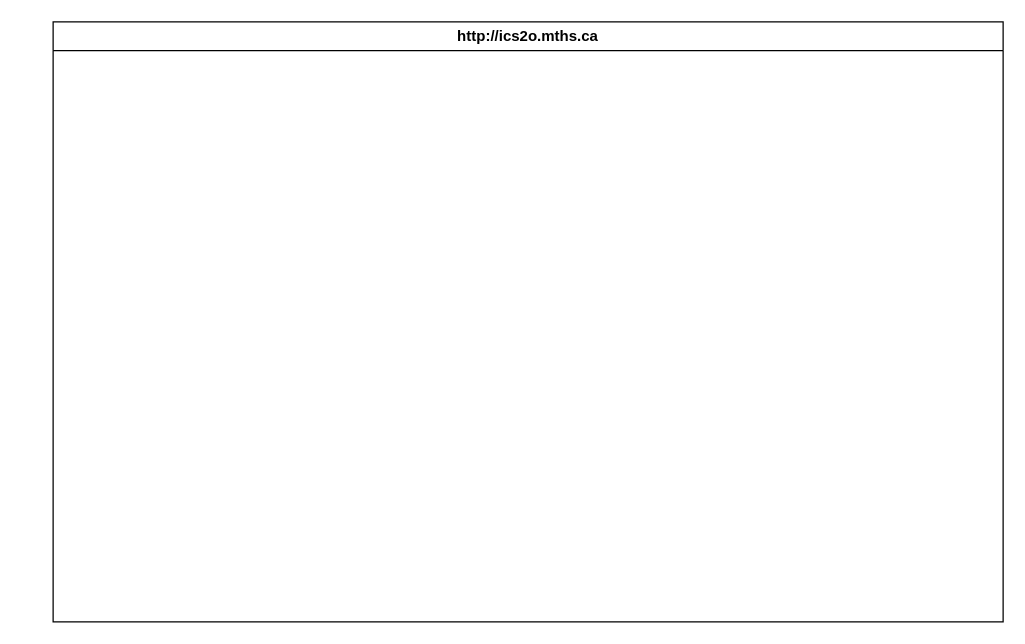
The draw.io diagram design/storyboard.drawio in pablo-fiallos-granados/ICD2O-Unit-5-04-pablo-fiallos-granados, before the edit. Source tidied: cells renumbered, new cells numbered last; positions are measured from the earlier drawing's top-left corner, leaving out a move shared by most shapes. Both pictures are drawn from the tidied source at 125%, with x=0, y=0 at pixel (52, 21). Pictures stored in the file or linked from it are replaced by grey dashed boxes.
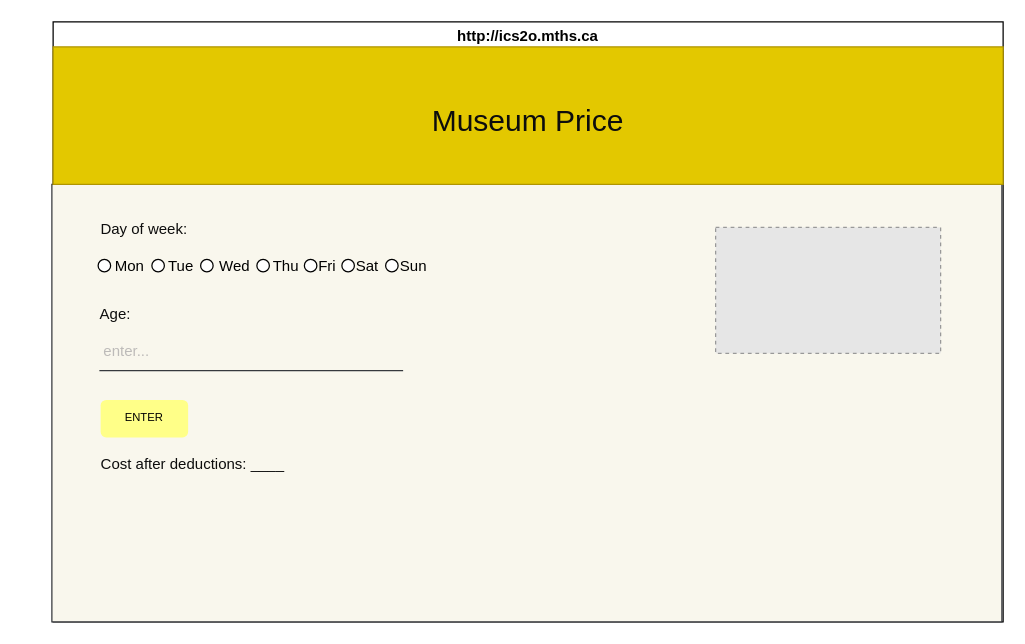
The same page after the edit.

Unchanged cells that the change refers to:
```xml
<mxCell id="2" value="http://ics2o.mths.ca" style="swimlane;whiteSpace=wrap;html=1;" parent="1" vertex="1">
  <mxGeometry width="760" height="480" as="geometry" />
</mxCell>
```

What changed in the source:
```diff
@@
+    <mxCell id="3" style="rounded=0;whiteSpace=wrap;html=1;fillColor=#f9f7ed;strokeColor=#36393d;fontSize=9;" parent="2" vertex="1">
+      <mxGeometry x="-1" y="130" width="760" height="350" as="geometry" />
+    </mxCell>
+    <mxCell id="4" value="Day of week:" style="text;html=1;strokeColor=none;fillColor=none;align=center;verticalAlign=middle;whiteSpace=wrap;rounded=0;fontColor=#0D0D0D;" parent="2" vertex="1">
+      <mxGeometry x="-2" y="151" width="150" height="30" as="geometry" />
+    </mxCell>
+    <mxCell id="5" style="endArrow=none;html=1;fontColor=#0D0D0D;jumpSize=5;fillColor=#eeeeee;strokeColor=#36393d;" parent="2" edge="1">
+      <mxGeometry relative="1" as="geometry">
+        <mxPoint x="37" y="279" as="sourcePoint" />
+        <mxPoint x="280" y="279" as="targetPoint" />
+      </mxGeometry>
+    </mxCell>
+    <mxCell id="6" value="enter..." style="text;html=1;strokeColor=none;fillColor=none;align=center;verticalAlign=middle;whiteSpace=wrap;rounded=0;fontColor=#BDBBB9;" parent="2" vertex="1">
+      <mxGeometry x="28" y="249" width="62" height="30" as="geometry" />
+    </mxCell>
+    <mxCell id="7" style="whiteSpace=wrap;html=1;fillColor=#e3c800;fontColor=#000000;strokeColor=#B09500;" parent="2" vertex="1">
+      <mxGeometry y="20" width="760" height="110" as="geometry" />
+    </mxCell>
+    <mxCell id="8" value="&lt;font color=&quot;#000000&quot; style=&quot;font-size: 9px;&quot;&gt;ENTER&lt;/font&gt;" style="rounded=1;whiteSpace=wrap;html=1;fillColor=#ffff88;strokeColor=none;fontSize=9;" parent="2" vertex="1">
+      <mxGeometry x="38" y="302.4" width="70" height="30" as="geometry" />
+    </mxCell>
+    <mxCell id="9" style="ellipse;whiteSpace=wrap;html=1;" parent="2" vertex="1">
+      <mxGeometry x="36" y="190" width="10" height="10" as="geometry" />
+    </mxCell>
+    <mxCell id="10" value="Mon" style="text;html=1;align=center;verticalAlign=middle;strokeColor=none;fillColor=none;" parent="2" vertex="1">
+      <mxGeometry x="36" y="181" width="50" height="30" as="geometry" />
+    </mxCell>
+    <mxCell id="11" style="ellipse;whiteSpace=wrap;html=1;" parent="2" vertex="1">
+      <mxGeometry x="79" y="190" width="10" height="10" as="geometry" />
+    </mxCell>
+    <mxCell id="12" value="Tue" style="text;html=1;align=center;verticalAlign=middle;strokeColor=none;fillColor=none;" parent="2" vertex="1">
+      <mxGeometry x="82" y="181" width="40" height="30" as="geometry" />
+    </mxCell>
+    <mxCell id="13" style="ellipse;whiteSpace=wrap;html=1;" parent="2" vertex="1">
+      <mxGeometry x="118" y="190" width="10" height="10" as="geometry" />
+    </mxCell>
+    <mxCell id="14" value="Wed" style="text;html=1;align=center;verticalAlign=middle;strokeColor=none;fillColor=none;" parent="2" vertex="1">
+      <mxGeometry x="120" y="181" width="50" height="30" as="geometry" />
+    </mxCell>
+    <mxCell id="15" value="Age:" style="text;html=1;strokeColor=none;fillColor=none;align=center;verticalAlign=middle;whiteSpace=wrap;rounded=0;fontColor=#0D0D0D;" parent="2" vertex="1">
+      <mxGeometry x="-25" y="219" width="150" height="30" as="geometry" />
+    </mxCell>
+    <mxCell id="16" value="Cost after deductions: ____&amp;nbsp;" style="text;html=1;strokeColor=none;fillColor=none;align=center;verticalAlign=middle;whiteSpace=wrap;rounded=0;fontColor=#0D0D0D;" parent="2" vertex="1">
+      <mxGeometry x="31" y="338.6" width="165" height="30" as="geometry" />
+    </mxCell>
+    <mxCell id="17" value="Thu" style="text;html=1;align=center;verticalAlign=middle;strokeColor=none;fillColor=none;" parent="2" vertex="1">
+      <mxGeometry x="166" y="181" width="40" height="30" as="geometry" />
+    </mxCell>
+    <mxCell id="18" style="fillColor=#E6E6E6;strokeColor=#999999;dashed=1;verticalLabelPosition=bottom;labelBackgroundColor=default;verticalAlign=top;" parent="2" vertex="1">
+      <mxGeometry x="530" y="164.4" width="180" height="100.8" as="geometry" />
+    </mxCell>
+    <mxCell id="19" value="&lt;h1&gt;&lt;font color=&quot;#0d0d0d&quot;&gt;&lt;span style=&quot;font-weight: 400;&quot;&gt;Museum Price&lt;/span&gt;&lt;/font&gt;&lt;/h1&gt;" style="text;html=1;strokeColor=none;fillColor=none;align=center;verticalAlign=middle;whiteSpace=wrap;rounded=0;" parent="1" vertex="1">
+      <mxGeometry x="160" y="20" width="440" height="120" as="geometry" />
+    </mxCell>
+    <mxCell id="20" style="ellipse;whiteSpace=wrap;html=1;" parent="1" vertex="1">
+      <mxGeometry x="163" y="190" width="10" height="10" as="geometry" />
+    </mxCell>
+    <mxCell id="21" style="ellipse;whiteSpace=wrap;html=1;" parent="1" vertex="1">
+      <mxGeometry x="201" y="190" width="10" height="10" as="geometry" />
+    </mxCell>
+    <mxCell id="22" value="Fri" style="text;html=1;align=center;verticalAlign=middle;strokeColor=none;fillColor=none;" parent="1" vertex="1">
+      <mxGeometry x="199" y="181" width="40" height="30" as="geometry" />
+    </mxCell>
+    <mxCell id="23" style="ellipse;whiteSpace=wrap;html=1;" parent="1" vertex="1">
+      <mxGeometry x="231" y="190" width="10" height="10" as="geometry" />
+    </mxCell>
+    <mxCell id="24" value="Sat" style="text;html=1;align=center;verticalAlign=middle;strokeColor=none;fillColor=none;" parent="1" vertex="1">
+      <mxGeometry x="231" y="181" width="40" height="30" as="geometry" />
+    </mxCell>
+    <mxCell id="25" style="ellipse;whiteSpace=wrap;html=1;" parent="1" vertex="1">
+      <mxGeometry x="266" y="190" width="10" height="10" as="geometry" />
+    </mxCell>
+    <mxCell id="26" value="Sun" style="text;html=1;align=center;verticalAlign=middle;strokeColor=none;fillColor=none;" parent="1" vertex="1">
+      <mxGeometry x="263" y="181" width="50" height="30" as="geometry" />
+    </mxCell>
```
